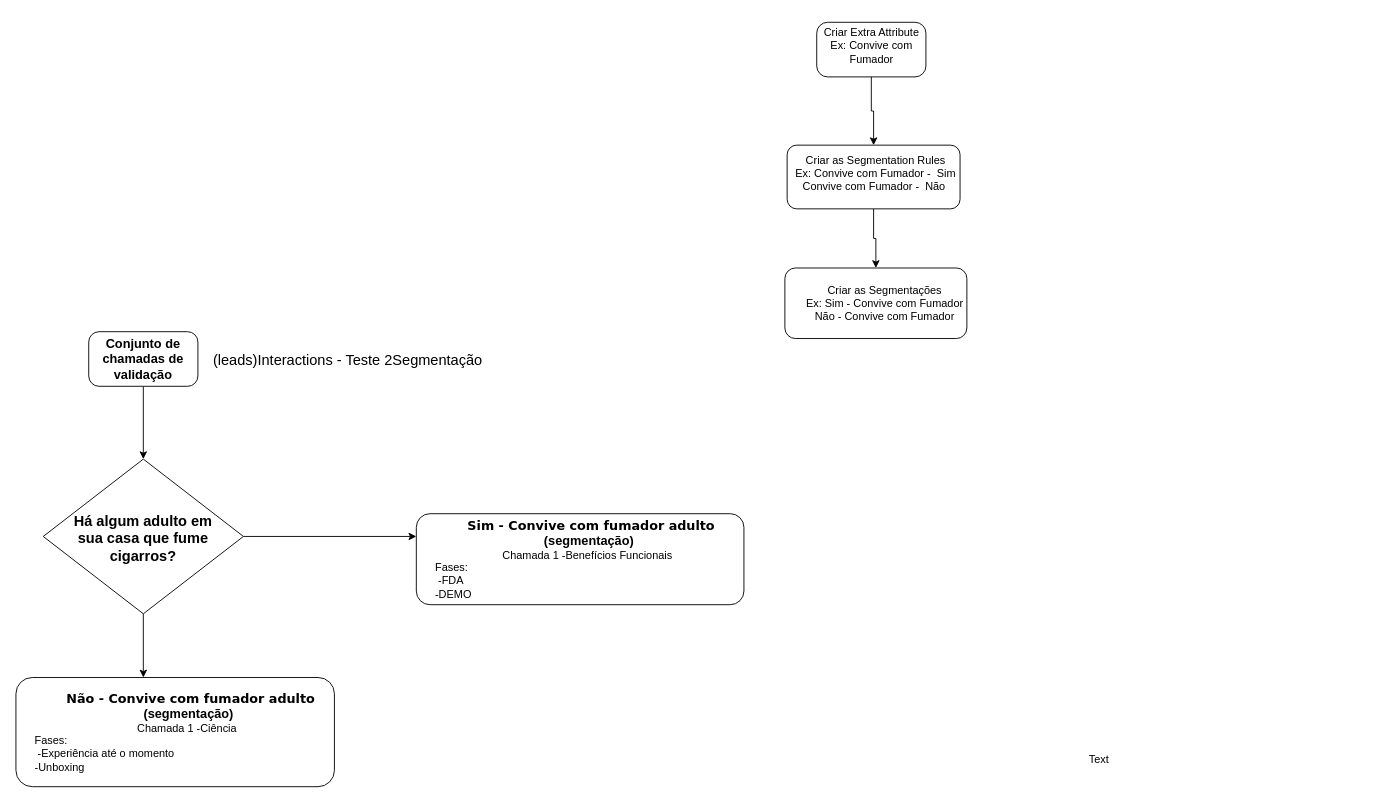
This is Untitled Diagram.drawio from hortencialves/gitparainiciantes, a draw.io file, before an edit. Source tidied: cells renumbered, new cells numbered last; positions are measured from the earlier drawing's top-left corner, leaving out a move shared by most shapes. Both pictures are drawn from the tidied source at 91%, with x=0, y=0 at pixel (15, 15).
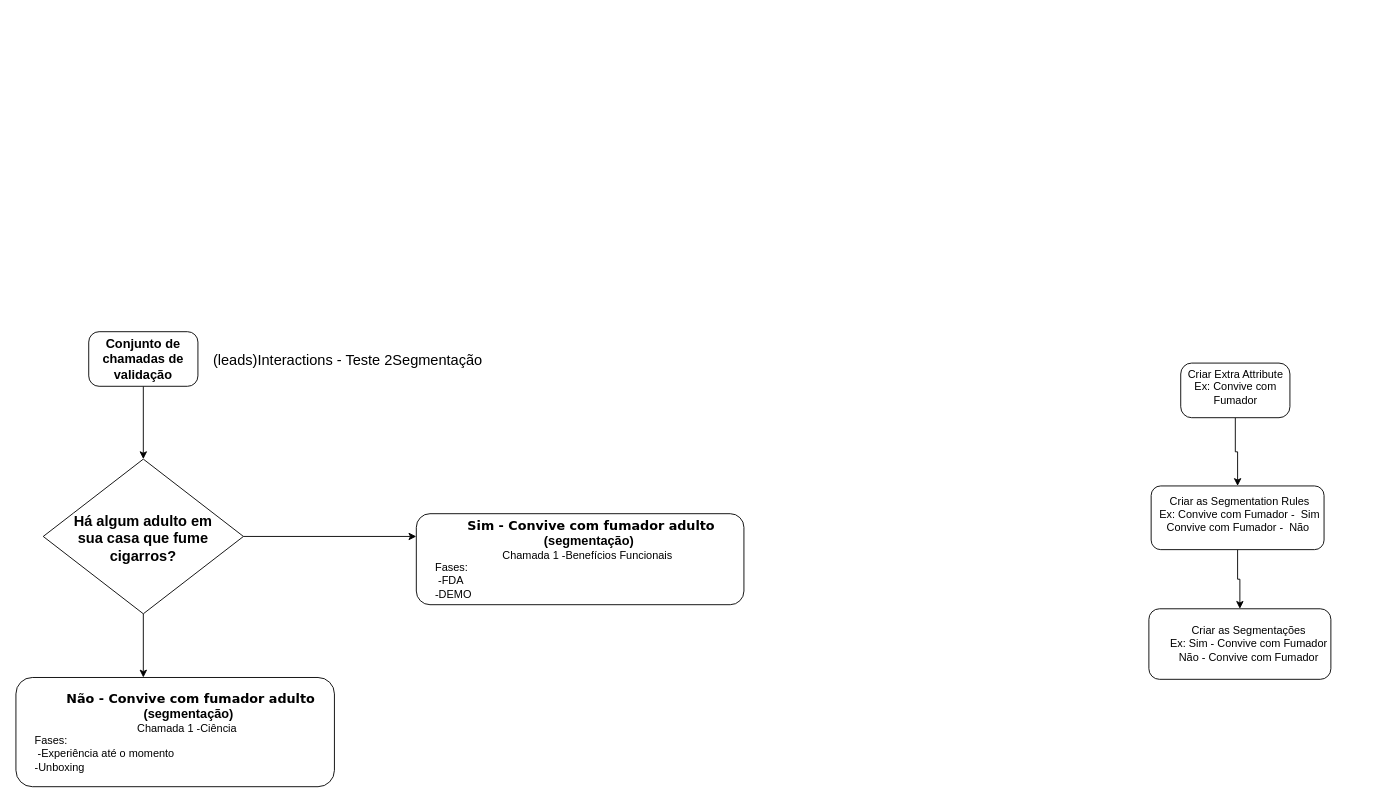
The same page after the edit.

The edit, as a diff of the source:
```diff
@@
     <mxCell id="5" style="rounded=1;whiteSpace=wrap;html=1;arcSize=20;" parent="1" vertex="1">
-      <mxGeometry x="880" y="8" width="120" height="60" as="geometry" />
+      <mxGeometry x="1280" y="382.5" width="120" height="60" as="geometry" />
     </mxCell>
     <mxCell id="6" value="Criar Extra Attribute&lt;br&gt;Ex: Convive com Fumador" style="text;html=1;strokeColor=none;fillColor=none;align=center;verticalAlign=middle;whiteSpace=wrap;rounded=0;" parent="1" vertex="1">
-      <mxGeometry x="882.5" y="0.5" width="115" height="67.5" as="geometry" />
+      <mxGeometry x="1282.5" y="375" width="115" height="67.5" as="geometry" />
     </mxCell>
@@
     <mxCell id="8" style="rounded=1;whiteSpace=wrap;html=1;" parent="1" vertex="1">
-      <mxGeometry x="847.5" y="143" width="190" height="70" as="geometry" />
+      <mxGeometry x="1247.5" y="517.5" width="190" height="70" as="geometry" />
     </mxCell>
     <mxCell id="9" value="Criar as Segmentation Rules&lt;br&gt;Ex: Convive com Fumador -&amp;nbsp; Sim&lt;br&gt;Convive com Fumador -&amp;nbsp; Não&amp;nbsp;" style="text;html=1;strokeColor=none;fillColor=none;align=center;verticalAlign=middle;whiteSpace=wrap;rounded=0;" parent="1" vertex="1">
-      <mxGeometry x="800" y="143" width="290" height="62.5" as="geometry" />
+      <mxGeometry x="1200" y="517.5" width="290" height="62.5" as="geometry" />
     </mxCell>
     <mxCell id="10" style="rounded=1;whiteSpace=wrap;html=1;" parent="1" vertex="1">
-      <mxGeometry x="845" y="278" width="200" height="77.5" as="geometry" />
+      <mxGeometry x="1245" y="652.5" width="200" height="77.5" as="geometry" />
     </mxCell>
     <mxCell id="11" value="Criar as Segmentações&lt;br&gt;Ex: Sim - Convive com Fumador&lt;br&gt;Não - Convive com Fumador" style="text;html=1;strokeColor=none;fillColor=none;align=center;verticalAlign=middle;whiteSpace=wrap;rounded=0;" parent="1" vertex="1">
-      <mxGeometry x="845" y="289.2" width="220" height="55" as="geometry" />
+      <mxGeometry x="1245" y="663.8" width="220" height="55" as="geometry" />
     </mxCell>
@@
-    <mxCell id="22" value="Text" style="text;html=1;align=center;verticalAlign=middle;" parent="1" vertex="1">
-      <mxGeometry x="1170" y="808" width="40" height="20" as="geometry" />
-    </mxCell>
```
